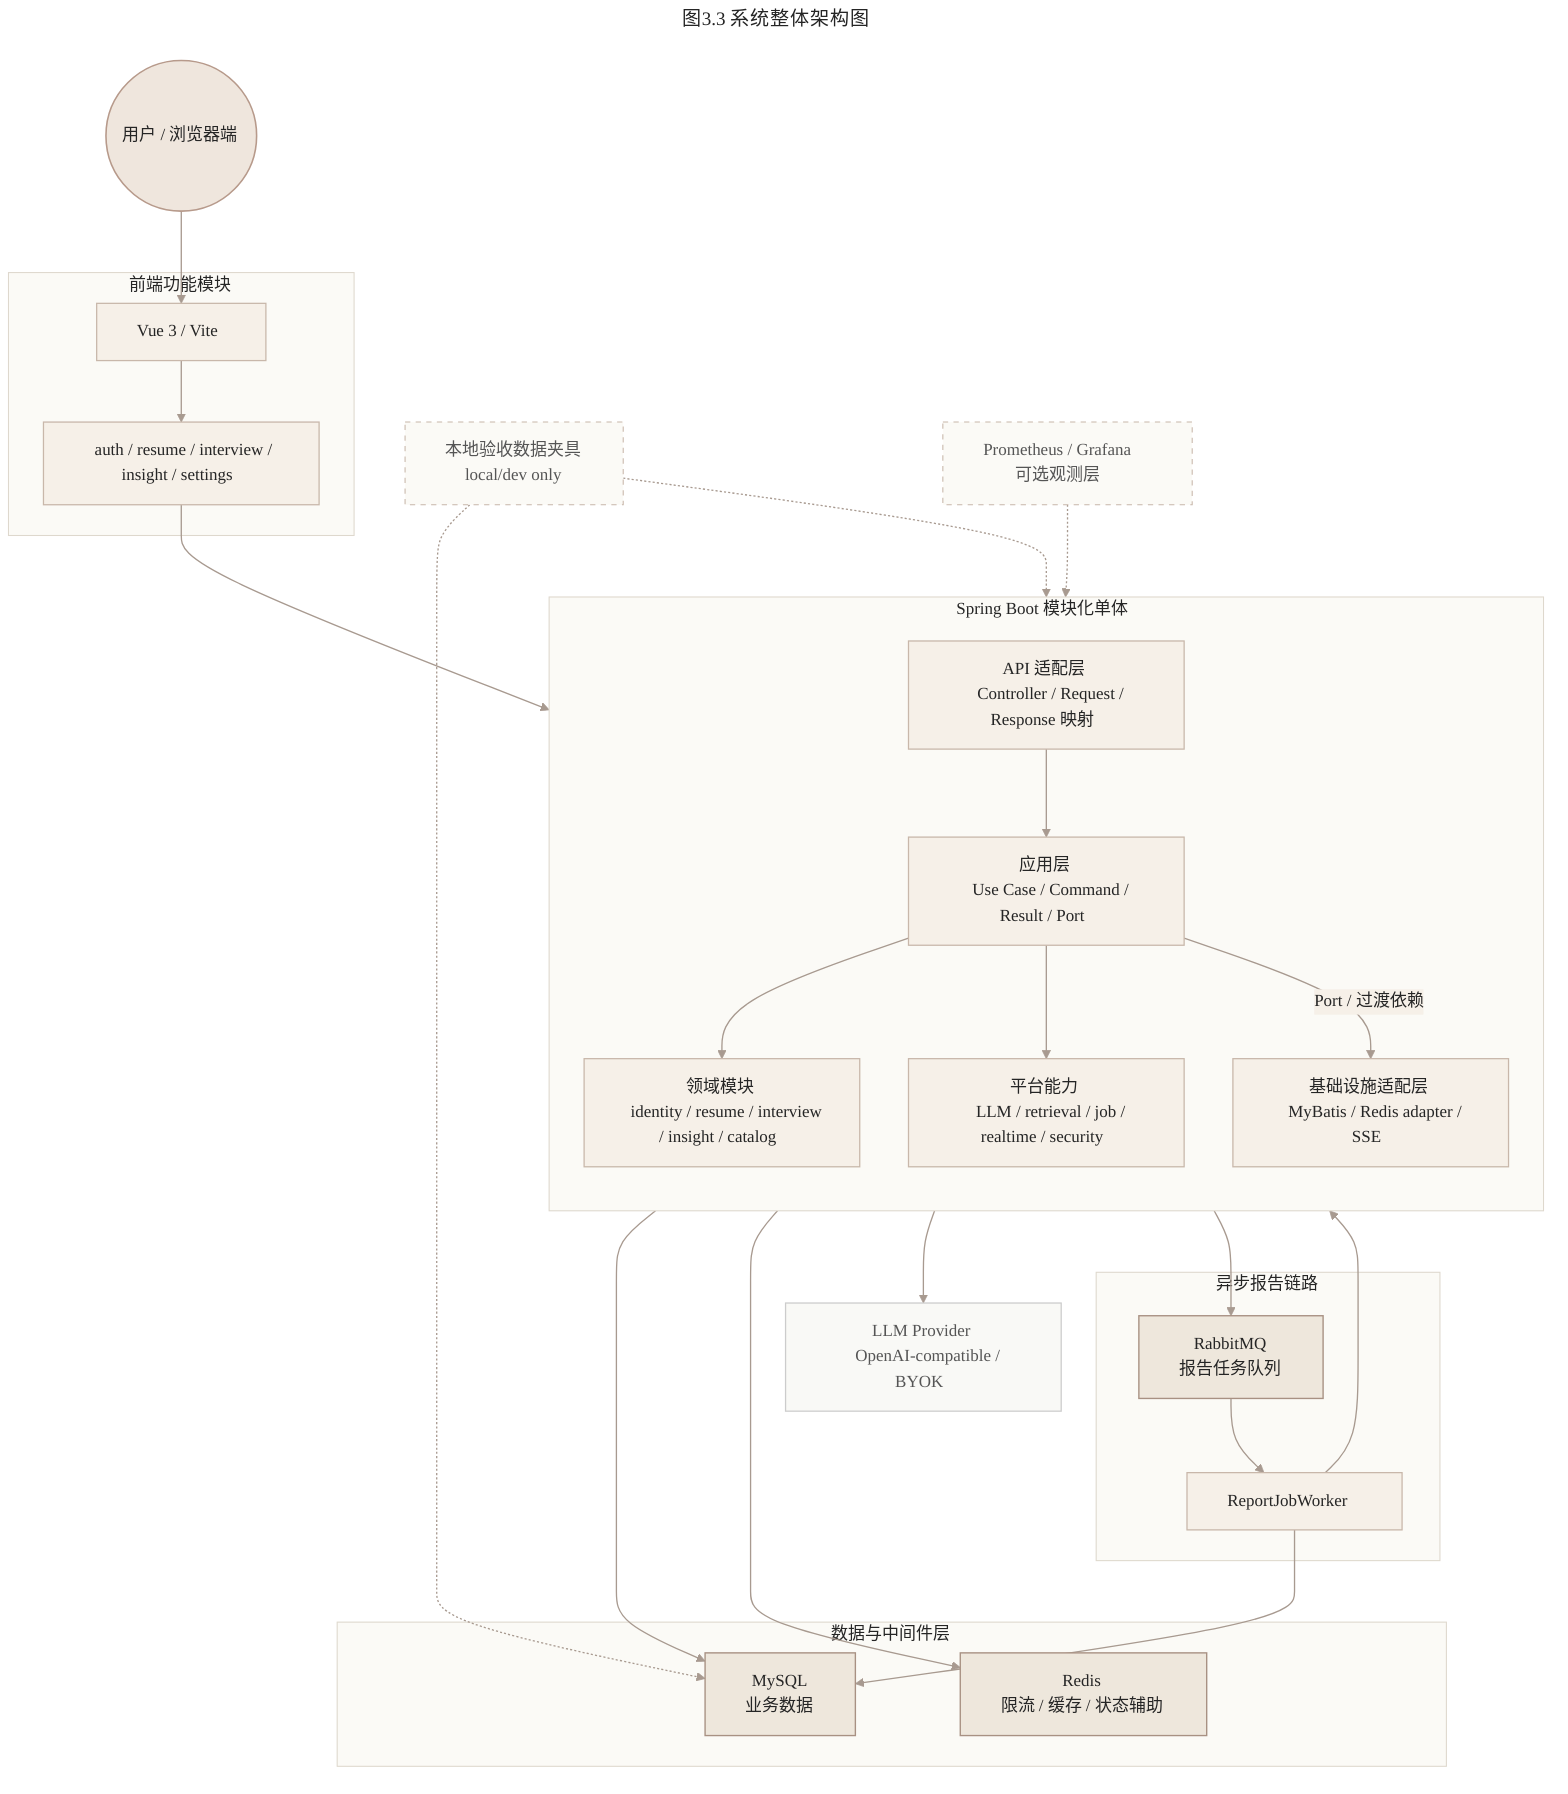
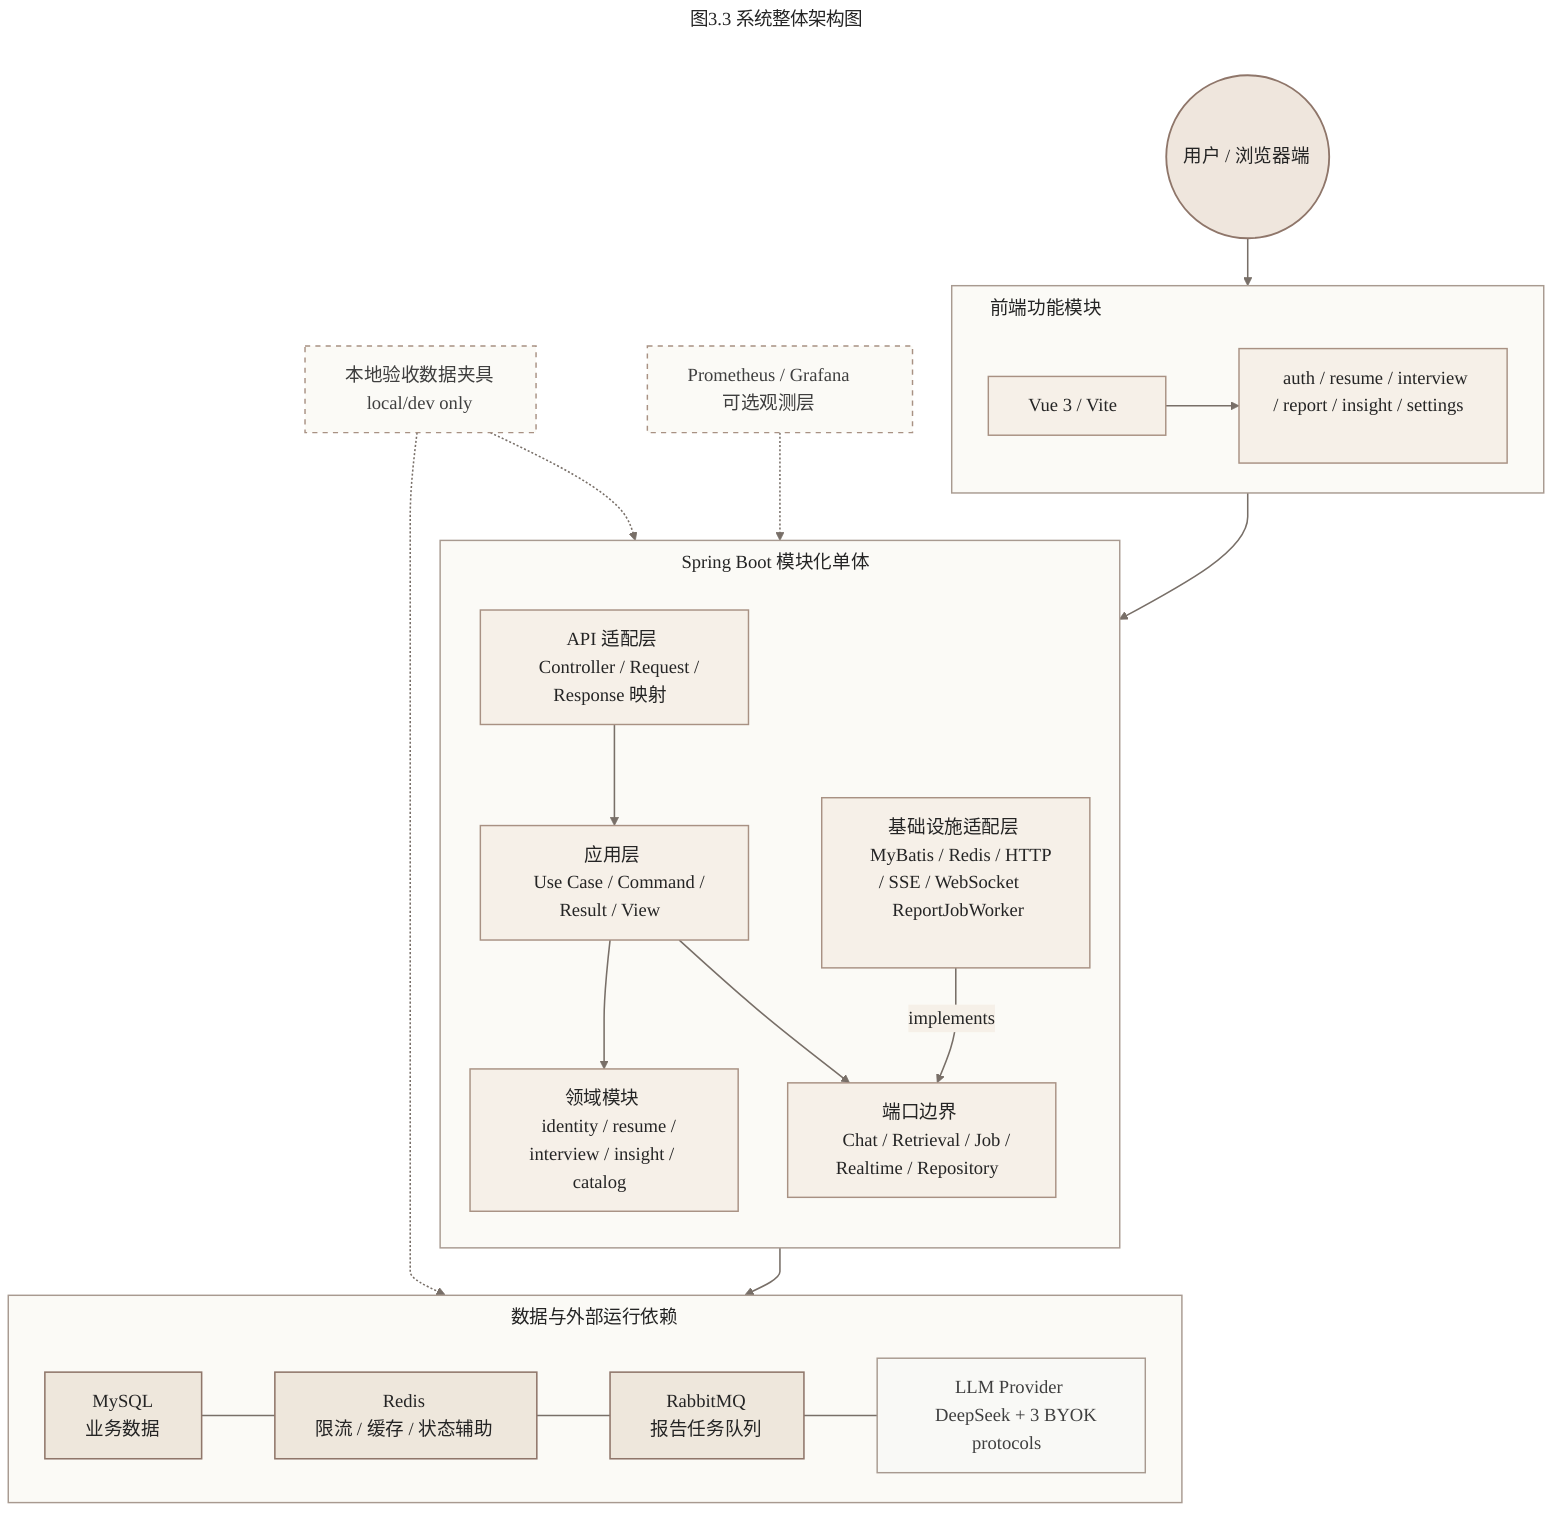
---
title: 图3.3 系统整体架构图
---
%%{init: {
  "theme": "base",
  "themeVariables": {
-     "background": "#FAF8F2",
+     "background": "#FFFFFF",
    "primaryColor": "#EFE6DD",
-     "primaryBorderColor": "#B79A8B",
+     "primaryBorderColor": "#8F766A",
    "primaryTextColor": "#252525",
-     "lineColor": "#A89A90",
+     "lineColor": "#786F68",
    "secondaryColor": "#F6F0E8",
    "tertiaryColor": "#FBFAF6",
    "fontFamily": "system-ui, -apple-system, \"Microsoft YaHei\", sans-serif",
-     "fontSize": "16px",
-     "nodePadding": "16px"
+     "fontSize": "18px",
+     "nodePadding": "18px"
  },
  "flowchart": {
-     "nodeSpacing": 46,
-     "rankSpacing": 58,
-     "curve": "basis"
+     "nodeSpacing": 38,
+     "rankSpacing": 46,
+     "curve": "monotoneY",
+     "subGraphTitleMargin": {
+       "top": 8,
+       "bottom": 24
+     }
  }
}}%%
flowchart TB
  user((" &nbsp; 用户 / 浏览器端 &nbsp; "))

-   subgraph frontend[" &nbsp; 前端功能模块 &nbsp; "]
+   subgraph frontend["<div style='width: 500px; text-align: left;'>前端功能模块</div>"]
+     direction LR
    vue[" &nbsp; Vue 3 / Vite &nbsp; "]
-     features[" &nbsp; auth / resume / interview / insight / settings &nbsp; "]
+     features[" &nbsp; auth / resume / interview / report / insight / settings &nbsp; "]
  end

  subgraph backend[" &nbsp; Spring Boot 模块化单体 &nbsp; "]
    direction TB
    api[" &nbsp; API 适配层 &nbsp; <br/> &nbsp; Controller / Request / Response 映射 &nbsp; "]
-     application[" &nbsp; 应用层 &nbsp; <br/> &nbsp; Use Case / Command / Result / Port &nbsp; "]
+     application[" &nbsp; 应用层 &nbsp; <br/> &nbsp; Use Case / Command / Result / View &nbsp; "]
    domain[" &nbsp; 领域模块 &nbsp; <br/> &nbsp; identity / resume / interview / insight / catalog &nbsp; "]
-     platform[" &nbsp; 平台能力 &nbsp; <br/> &nbsp; LLM / retrieval / job / realtime / security &nbsp; "]
-     infrastructure[" &nbsp; 基础设施适配层 &nbsp; <br/> &nbsp; MyBatis / Redis adapter / SSE &nbsp; "]
+     ports[" &nbsp; 端口边界 &nbsp; <br/> &nbsp; Chat / Retrieval / Job / Realtime / Repository &nbsp; "]
+     infrastructure[" &nbsp; 基础设施适配层 &nbsp; <br/> &nbsp; MyBatis / Redis / HTTP / SSE / WebSocket &nbsp; <br/> &nbsp; ReportJobWorker &nbsp; "]
  end

-   subgraph async[" &nbsp; 异步报告链路 &nbsp; "]
+   subgraph runtime[" &nbsp; 数据与外部运行依赖 &nbsp; "]
+     direction LR
+     mysql[" &nbsp; MySQL &nbsp; <br/> &nbsp; 业务数据 &nbsp; "]
+     redis[" &nbsp; Redis &nbsp; <br/> &nbsp; 限流 / 缓存 / 状态辅助 &nbsp; "]
    rabbit[" &nbsp; RabbitMQ &nbsp; <br/> &nbsp; 报告任务队列 &nbsp; "]
-     worker[" &nbsp; ReportJobWorker &nbsp; "]
+     llm[" &nbsp; LLM Provider &nbsp; <br/> &nbsp; DeepSeek + 3 BYOK protocols &nbsp; "]
+     mysql ~~~ redis ~~~ rabbit ~~~ llm
  end

-   subgraph data[" &nbsp; 数据与中间件层 &nbsp; "]
-     mysql[" &nbsp; MySQL &nbsp; <br/> &nbsp; 业务数据 &nbsp; "]
-     redis[" &nbsp; Redis &nbsp; <br/> &nbsp; 限流 / 缓存 / 状态辅助 &nbsp; "]
-   end
- 
-   llm[" &nbsp; LLM Provider &nbsp; <br/> &nbsp; OpenAI-compatible / BYOK &nbsp; "]
  fixture[" &nbsp; 本地验收数据夹具 &nbsp; <br/> &nbsp; local/dev only &nbsp; "]
  monitor[" &nbsp; Prometheus / Grafana &nbsp; <br/> &nbsp; 可选观测层 &nbsp; "]

  user --> vue
  vue --> features
  features --> api

  api --> application
  application --> domain
-   application --> platform
-   application -->|Port / 过渡依赖| infrastructure
-   infrastructure --> mysql
-   infrastructure --> redis
-   platform --> llm
-   platform --> rabbit
-   rabbit --> worker
-   worker --> mysql
-   worker --> application
+   application --> ports
+   infrastructure -->|implements| ports
+   infrastructure --> runtime

  fixture -.-> application
-   fixture -.-> mysql
+   fixture -.-> runtime
  monitor -.-> api

-   classDef actor fill:#EFE6DD,stroke:#B79A8B,stroke-width:1.5px,color:#252525
-   classDef layer fill:#FBFAF6,stroke:#DED8CD,color:#252525
-   classDef main fill:#F6F0E8,stroke:#C8B7AA,stroke-width:1.2px,color:#252525
-   classDef store fill:#EEE7DC,stroke:#A89183,stroke-width:1.3px,color:#252525
-   classDef ext fill:#F9F9F6,stroke:#CCCCCC,stroke-width:1.2px,color:#555555
-   classDef optional fill:#FBFAF6,stroke:#C8B7AA,stroke-dasharray: 5 5,color:#555555
+   classDef actor fill:#EFE6DD,stroke:#8F766A,stroke-width:1.8px,color:#252525
+   classDef layer fill:#FBFAF6,stroke:#A89A90,stroke-width:1.4px,color:#252525
+   classDef main fill:#F6F0E8,stroke:#A89183,stroke-width:1.4px,color:#252525
+   classDef store fill:#EEE7DC,stroke:#8F766A,stroke-width:1.5px,color:#252525
+   classDef ext fill:#F9F9F6,stroke:#A89A90,stroke-width:1.4px,color:#3F3F3F
+   classDef optional fill:#FBFAF6,stroke:#A89183,stroke-width:1.4px,stroke-dasharray: 5 5,color:#3F3F3F

  class user actor
-   class frontend,backend,async,data layer
-   class vue,features,api,application,domain,platform,infrastructure,worker main
+   class frontend,backend,runtime layer
+   class vue,features,api,application,domain,ports,infrastructure main
  class mysql,redis,rabbit store
  class llm ext
  class fixture,monitor optional
-   linkStyle default stroke:#A89A90,stroke-width:1.25px
+   linkStyle default stroke:#786F68,stroke-width:1.5px
